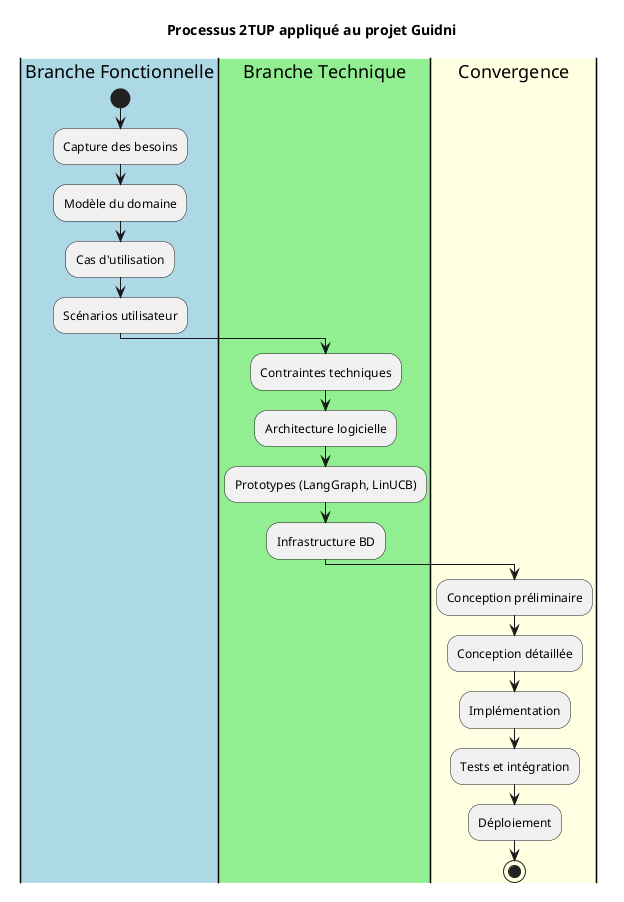
Earlier version of the PlantUML export diagrams/fig_01_2tup_methodology.png (ahmed-addali/rapport).
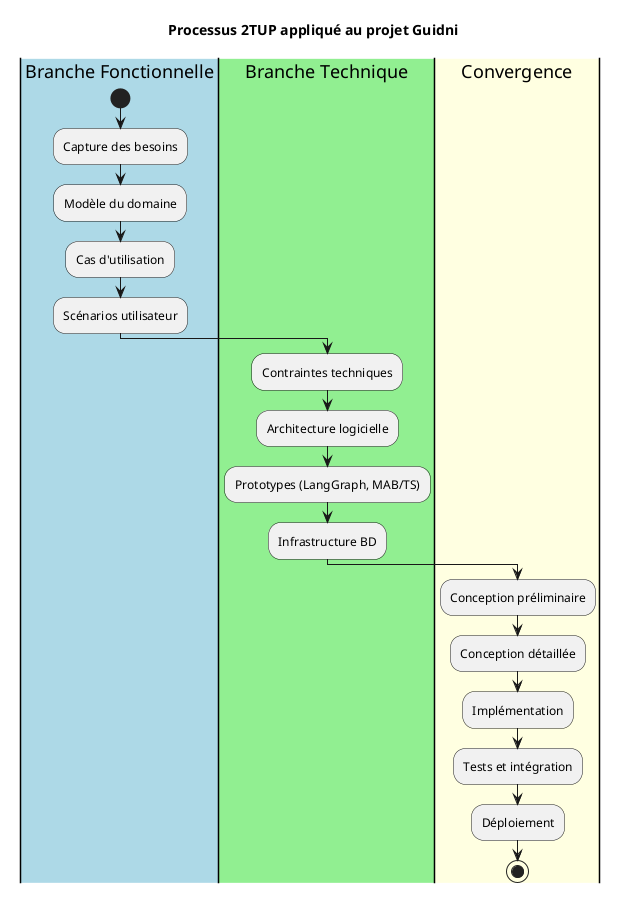
The same diagram one commit later.

The edit, as a diff of the source:
```diff
@@ -15,7 +15,7 @@
 |#LightGreen|Branche Technique|
 :Contraintes techniques;
 :Architecture logicielle;
-:Prototypes (LangGraph, LinUCB);
+:Prototypes (LangGraph, MAB/TS);
 :Infrastructure BD;
 
 |#LightYellow|Convergence|
```
